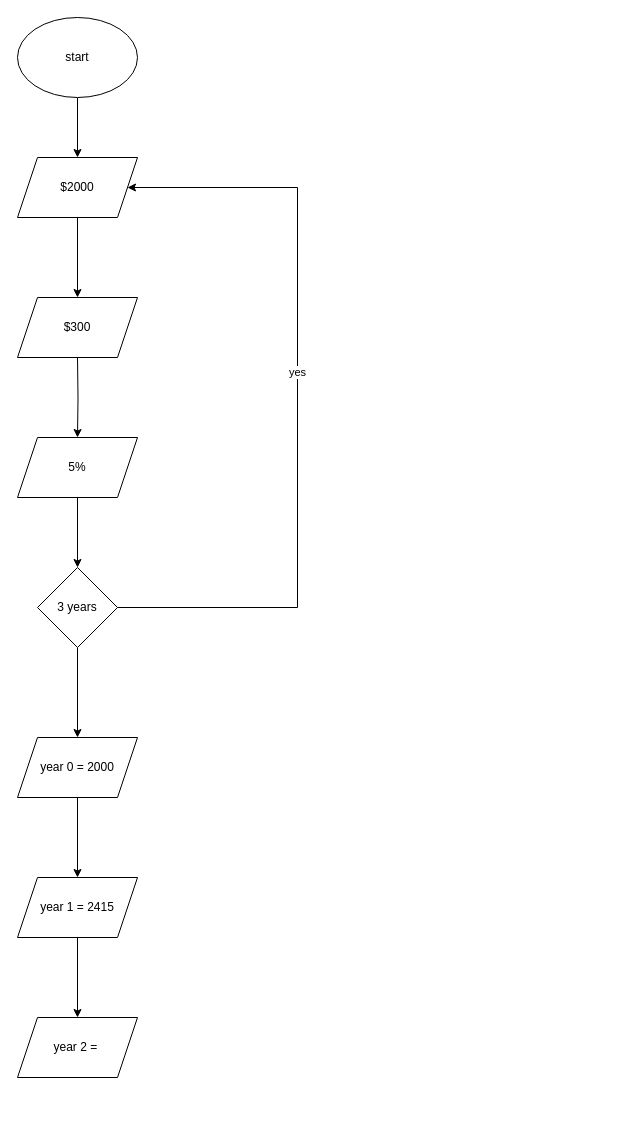
This is Untitled Diagram.drawio from aa1430/practice-2021, a draw.io file, before an edit. Source tidied: cells renumbered, new cells numbered last; positions are measured from the earlier drawing's top-left corner, leaving out a move shared by most shapes. Both pictures are drawn from the tidied source at 100%, with x=0, y=0 at pixel (17, 17).
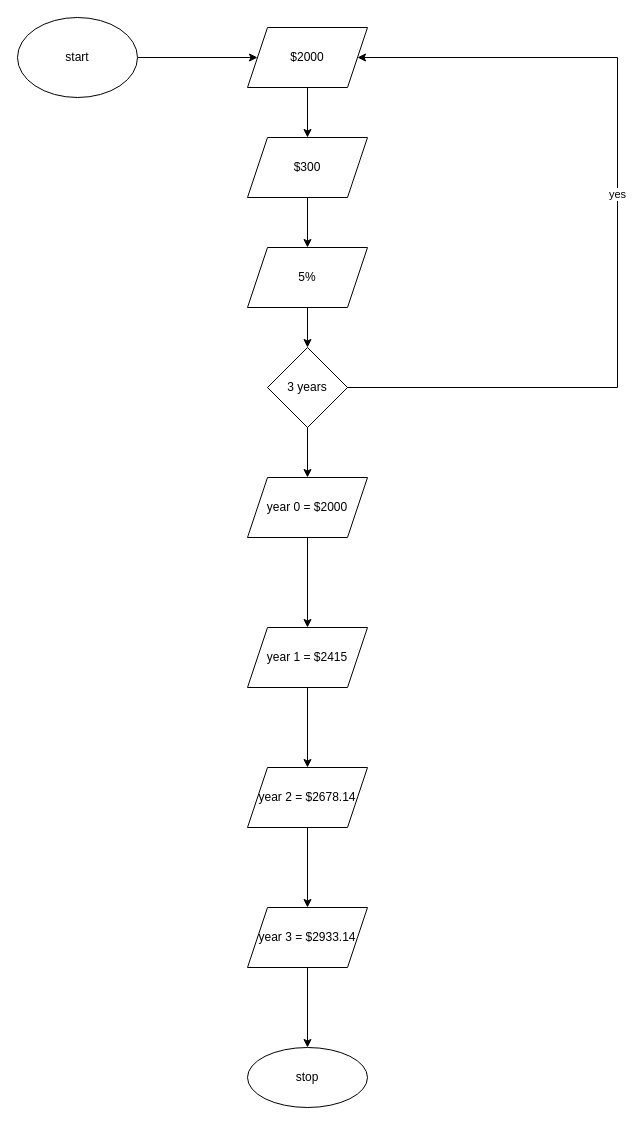
The same page after the edit.

Change to the diagram source:
```diff
@@
     <mxCell id="5" value="$2000" style="shape=parallelogram;perimeter=parallelogramPerimeter;whiteSpace=wrap;html=1;fixedSize=1;" parent="1" vertex="1">
-      <mxGeometry y="140" width="120" height="60" as="geometry" />
+      <mxGeometry x="230" y="10" width="120" height="60" as="geometry" />
     </mxCell>
-    <mxCell id="6" style="edgeStyle=orthogonalEdgeStyle;rounded=0;jettySize=auto;html=1;" parent="1" edge="1" target="8">
-      <mxGeometry relative="1" as="geometry">
-        <mxPoint x="60" y="340" as="sourcePoint" />
-      </mxGeometry>
+    <mxCell id="6" style="edgeStyle=orthogonalEdgeStyle;rounded=0;jettySize=auto;html=1;exitX=0.5;exitY=1;exitDx=0;exitDy=0;" parent="1" edge="1" source="13" target="8">
+      <mxGeometry relative="1" as="geometry" />
     </mxCell>
@@
     <mxCell id="8" value="5%" style="shape=parallelogram;perimeter=parallelogramPerimeter;whiteSpace=wrap;html=1;fixedSize=1;" parent="1" vertex="1">
-      <mxGeometry y="420" width="120" height="60" as="geometry" />
+      <mxGeometry x="230" y="230" width="120" height="60" as="geometry" />
     </mxCell>
     <mxCell id="9" style="edgeStyle=orthogonalEdgeStyle;rounded=0;jettySize=auto;html=1;exitX=1;exitY=0.5;exitDx=0;exitDy=0;entryX=1;entryY=0.5;entryDx=0;entryDy=0;" parent="1" edge="1" source="12" target="5">
       <mxGeometry relative="1" as="geometry">
         <Array as="points">
-          <mxPoint x="280" y="590" />
-          <mxPoint x="280" y="170" />
+          <mxPoint x="600" y="370" />
+          <mxPoint x="600" y="40" />
         </Array>
       </mxGeometry>
     </mxCell>
@@
     <mxCell id="12" value="3 years" style="rhombus;whiteSpace=wrap;html=1;" parent="1" vertex="1">
-      <mxGeometry x="20" y="550" width="80" height="80" as="geometry" />
+      <mxGeometry x="250" y="330" width="80" height="80" as="geometry" />
     </mxCell>
     <mxCell id="13" value="$300" style="shape=parallelogram;perimeter=parallelogramPerimeter;whiteSpace=wrap;html=1;fixedSize=1;" parent="1" vertex="1">
-      <mxGeometry y="280" width="120" height="60" as="geometry" />
+      <mxGeometry x="230" y="120" width="120" height="60" as="geometry" />
     </mxCell>
@@
-    <mxCell id="15" value="year 0 = 2000" style="shape=parallelogram;perimeter=parallelogramPerimeter;whiteSpace=wrap;html=1;fixedSize=1;" parent="1" vertex="1">
-      <mxGeometry y="720" width="120" height="60" as="geometry" />
+    <mxCell id="15" value="year 0 = $2000" style="shape=parallelogram;perimeter=parallelogramPerimeter;whiteSpace=wrap;html=1;fixedSize=1;" parent="1" vertex="1">
+      <mxGeometry x="230" y="460" width="120" height="60" as="geometry" />
     </mxCell>
@@
-    <mxCell id="17" value="year 1 = 2415" style="shape=parallelogram;perimeter=parallelogramPerimeter;whiteSpace=wrap;html=1;fixedSize=1;" parent="1" vertex="1">
-      <mxGeometry y="860" width="120" height="60" as="geometry" />
+    <mxCell id="17" value="year 1 = $2415" style="shape=parallelogram;perimeter=parallelogramPerimeter;whiteSpace=wrap;html=1;fixedSize=1;" parent="1" vertex="1">
+      <mxGeometry x="230" y="610" width="120" height="60" as="geometry" />
     </mxCell>
+    <mxCell id="19" style="edgeStyle=orthogonalEdgeStyle;rounded=0;jettySize=auto;html=1;" parent="1" edge="1" source="18" target="21">
+      <mxGeometry relative="1" as="geometry" />
+    </mxCell>
-    <mxCell id="18" value="year 2 =&amp;nbsp;" style="shape=parallelogram;perimeter=parallelogramPerimeter;whiteSpace=wrap;html=1;fixedSize=1;" parent="1" vertex="1">
-      <mxGeometry y="1000" width="120" height="60" as="geometry" />
+    <mxCell id="18" value="year 2 = $2678.14" style="shape=parallelogram;perimeter=parallelogramPerimeter;whiteSpace=wrap;html=1;fixedSize=1;" parent="1" vertex="1">
+      <mxGeometry x="230" y="750" width="120" height="60" as="geometry" />
     </mxCell>
+    <mxCell id="20" style="edgeStyle=orthogonalEdgeStyle;rounded=0;jettySize=auto;html=1;" parent="1" edge="1" source="21" target="22">
+      <mxGeometry relative="1" as="geometry" />
+    </mxCell>
+    <mxCell id="21" value="year 3 = $2933.14" style="shape=parallelogram;perimeter=parallelogramPerimeter;whiteSpace=wrap;html=1;fixedSize=1;" parent="1" vertex="1">
+      <mxGeometry x="230" y="890" width="120" height="60" as="geometry" />
+    </mxCell>
+    <mxCell id="22" value="stop" style="ellipse;whiteSpace=wrap;html=1;" parent="1" vertex="1">
+      <mxGeometry x="230" y="1030" width="120" height="60" as="geometry" />
+    </mxCell>
```
